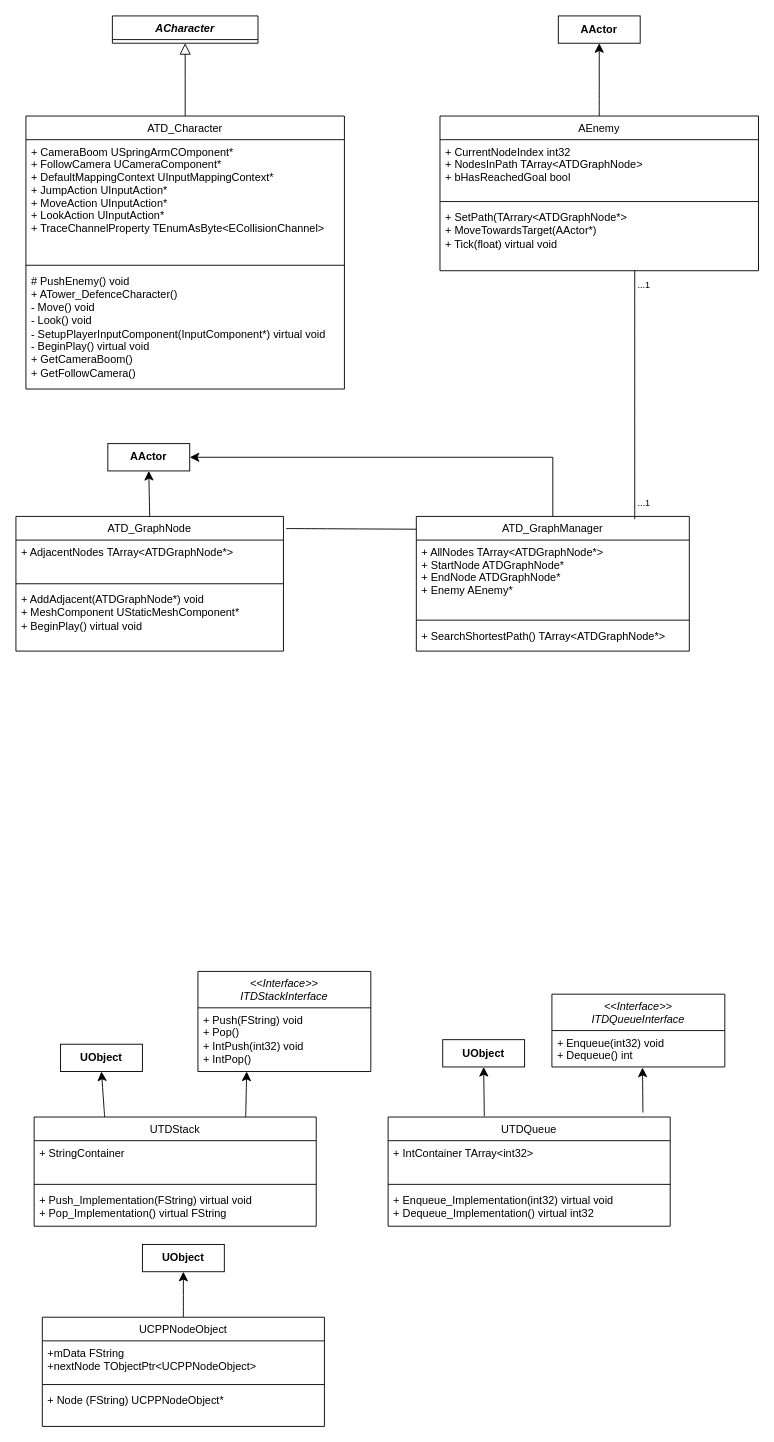
Earlier version of the draw.io diagram TowerDefense_UML.drawio (Viiktorh/Tower_Defense). Source tidied: cells renumbered, new cells numbered last; positions are measured from the earlier drawing's top-left corner, leaving out a move shared by most shapes. Both pictures are drawn from the tidied source at 91%, with x=0, y=0 at pixel (15, 15).
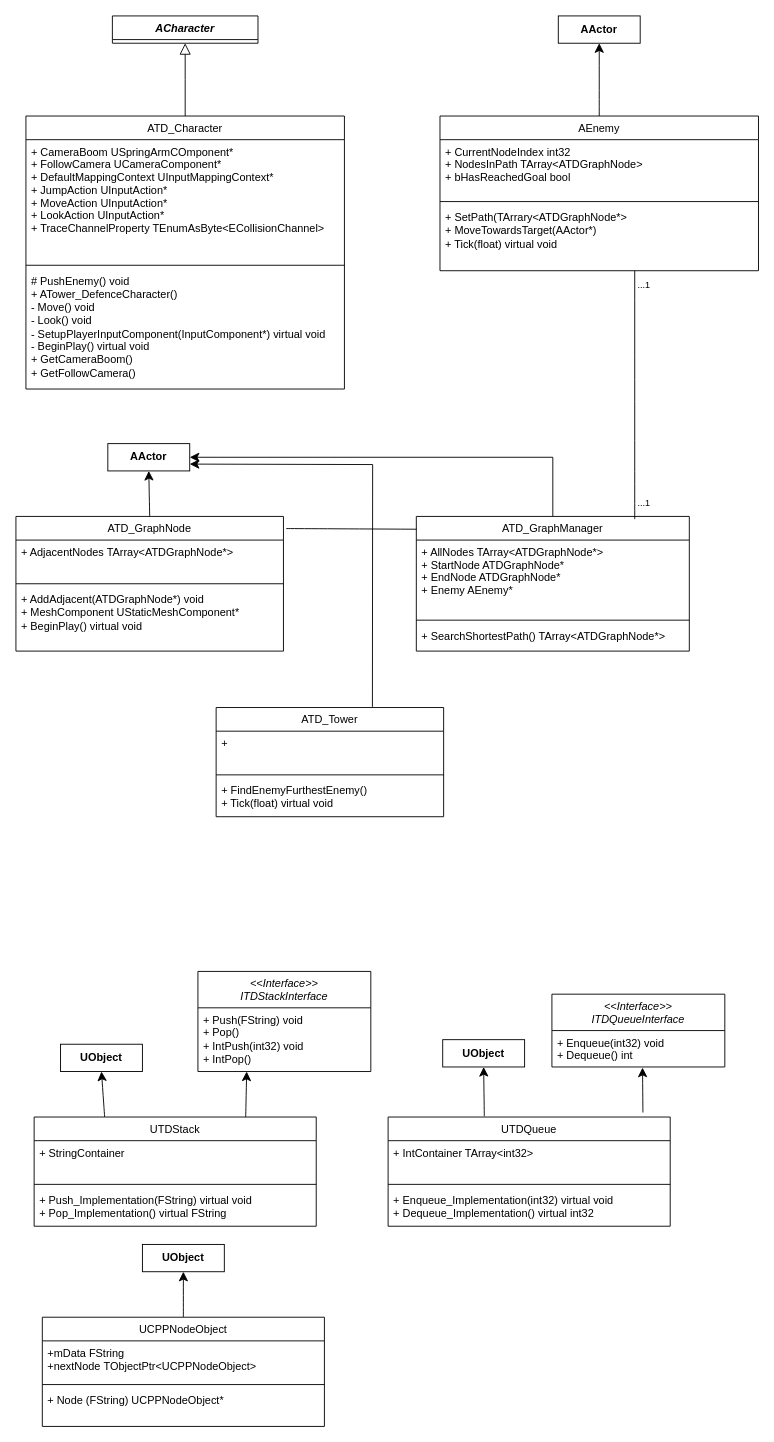
The same page after the edit.

Unchanged cells that the change refers to:
```xml
<mxCell id="43" value="&lt;b&gt;AActor&lt;/b&gt;" style="rounded=0;whiteSpace=wrap;html=1;" parent="1" vertex="1">
  <mxGeometry x="101" y="470" width="90" height="30" as="geometry" />
</mxCell>
```

The edit, as a diff of the source:
```diff
@@
+    <mxCell id="54" value="ATD_Tower" style="swimlane;fontStyle=0;align=center;verticalAlign=top;horizontal=1;startSize=26;rounded=0;shadow=0;strokeWidth=1;" parent="1" vertex="1">
+      <mxGeometry x="220" y="760" width="250" height="120" as="geometry" />
+    </mxCell>
+    <mxCell id="55" value="+&#10;" style="text;align=left;verticalAlign=top;spacingLeft=4;spacingRight=4;overflow=hidden;" parent="54" vertex="1">
+      <mxGeometry y="26" width="250" height="44" as="geometry" />
+    </mxCell>
+    <mxCell id="56" style="line;html=1;strokeWidth=1;align=left;verticalAlign=middle;spacingTop=-1;spacingLeft=3;spacingRight=3;labelPosition=right;" parent="54" vertex="1">
+      <mxGeometry y="70" width="250" height="8" as="geometry" />
+    </mxCell>
+    <mxCell id="57" value="&lt;div&gt;+ FindEnemyFurthestEnemy()&amp;nbsp;&lt;/div&gt;+ Tick(float) virtual void" style="text;html=1;align=left;verticalAlign=top;strokeColor=none;fillColor=none;fontSize=12;spacingLeft=4;spacingRight=4;" parent="54" vertex="1">
+      <mxGeometry y="78" width="250" height="40" as="geometry" />
+    </mxCell>
+    <mxCell id="58" style="endArrow=classic;html=1;rounded=0;fontSize=12;startSize=8;endSize=8;curved=0;entryX=1;entryY=0.75;entryDx=0;entryDy=0;exitX=0.687;exitY=-0.006;exitDx=0;exitDy=0;exitPerimeter=0;" parent="1" edge="1" source="54" target="43">
+      <mxGeometry relative="1" as="geometry">
+        <Array as="points">
+          <mxPoint x="392" y="493" />
+        </Array>
+      </mxGeometry>
+    </mxCell>
```
